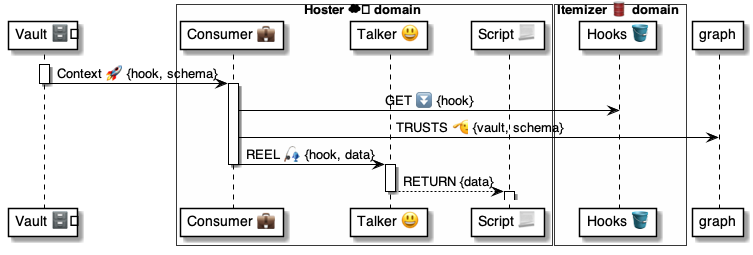
The PlantUML diagram 4 ⚙️ Solution/41 🎭 Domain Roles/Consumers 💼/💼🅰️ Consumer methods/Context 🗄️🚀💼/💼 Context ⚙️ uml.png in pollyweb-org/pollyweb-docs, before a commit. Its source is kept beside it as 4 ⚙️ Solution/41 🎭 Domain Roles/Consumers 💼/💼🅰️ Consumer methods/Context 🗄️🚀💼/💼 Context ⚙️ uml.puml.
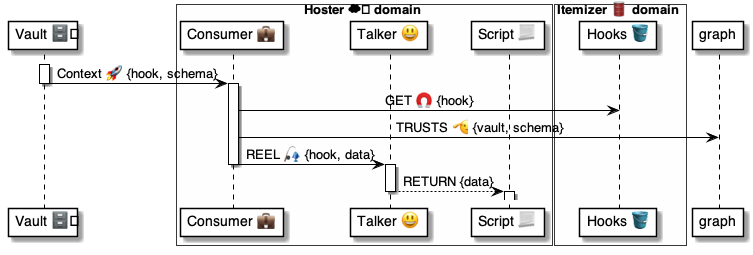
Later version of the same file.

The edit, as a diff of the source:
```diff
@@ -17,7 +17,7 @@
 deactivate vault
 
 activate consumer
-    consumer -> hooks: GET ⏬ {hook}
+    consumer -> hooks: GET 🧲 {hook}
     consumer -> graph: TRUSTS 🫡 {vault, schema}
     consumer -> talker: REEL 🎣 {hook, data}
 deactivate consumer
```
